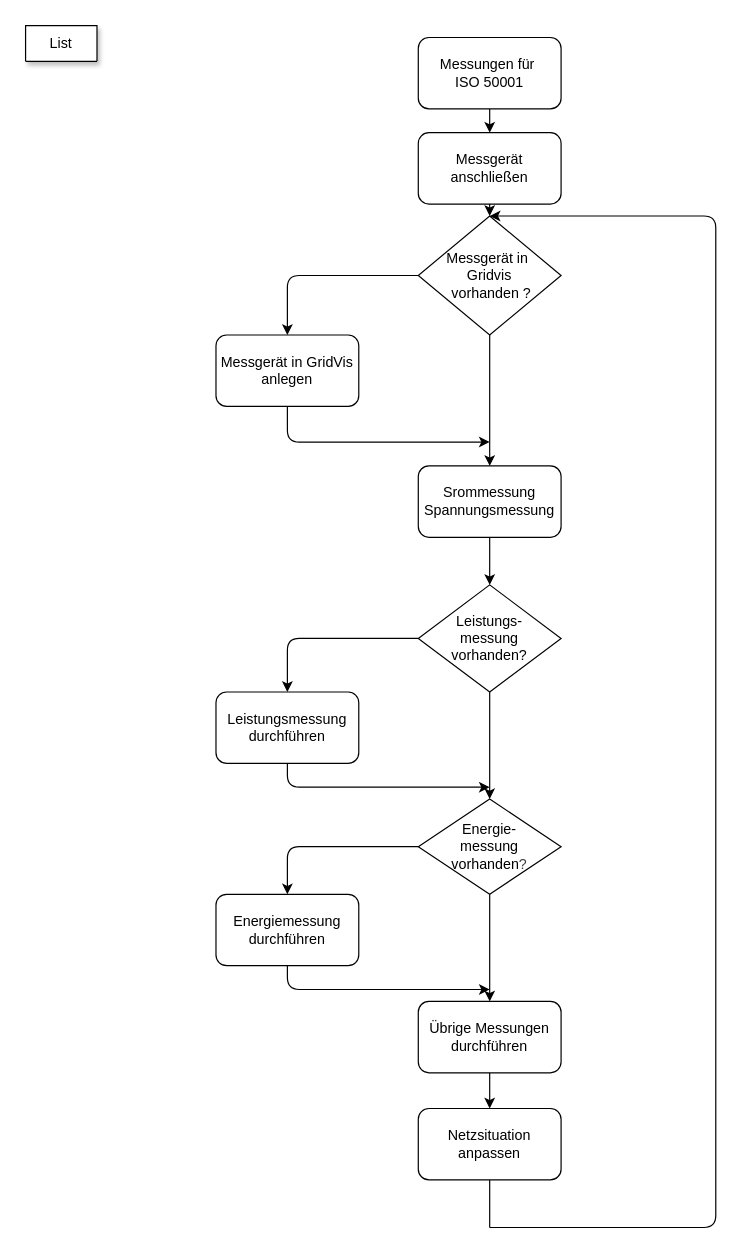
This is visuals/Messungen.drawio from Helge-Steinhorst/ISO50001WebBrowser, a draw.io file, before an edit. Source tidied: cells renumbered, new cells numbered last; positions are measured from the earlier drawing's top-left corner, leaving out a move shared by most shapes. Both pictures are drawn from the tidied source at 119%, with x=0, y=0 at pixel (25, 25).
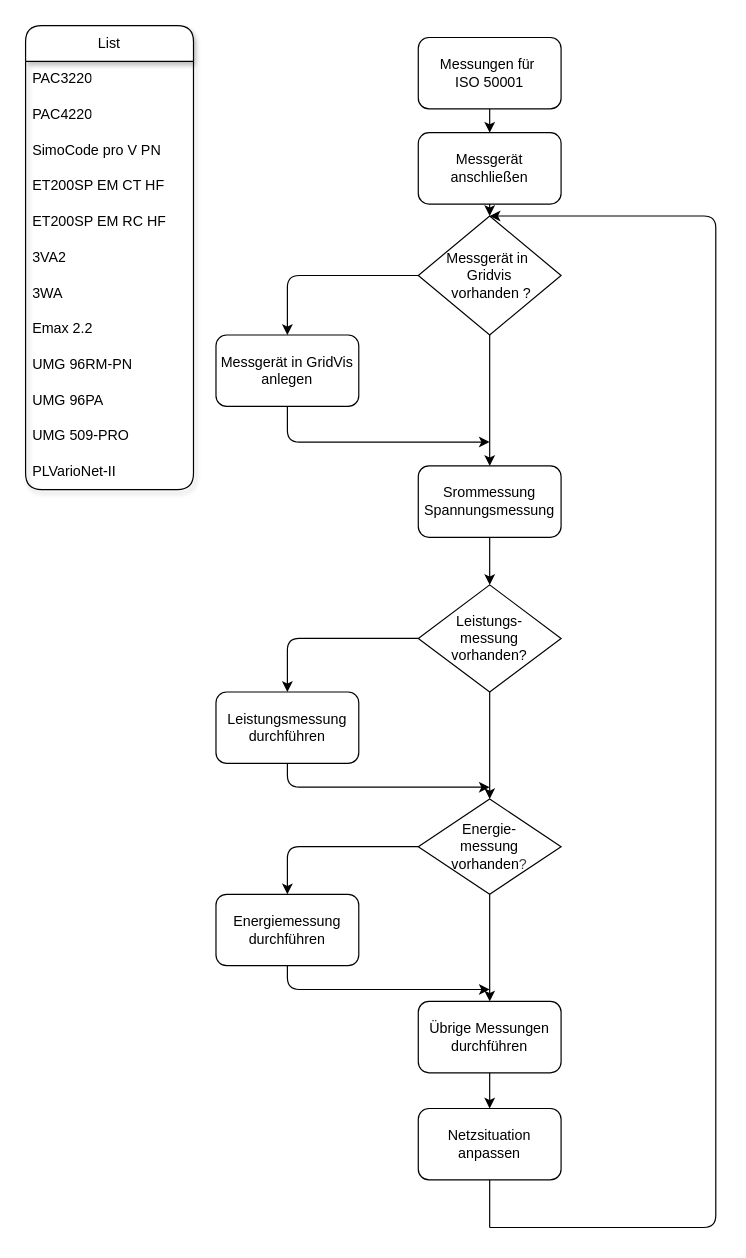
After the change.

What changed in the source:
```diff
@@
-<mxGraphModel>
+<mxGraphModel background="#ffffff">
@@
-    <mxCell id="28" value="List" style="swimlane;fontStyle=0;horizontal=1;startSize=30;whiteSpace=wrap;html=1;absoluteArcSize=0;shadow=1;rounded=1;glass=0;" parent="1" vertex="1" collapsed="1">
-      <mxGeometry width="60" height="30" as="geometry" />
+    <mxCell id="28" value="List" style="swimlane;fontStyle=0;horizontal=1;startSize=30;whiteSpace=wrap;html=1;absoluteArcSize=0;shadow=1;rounded=1;glass=0;" parent="1" vertex="1">
+      <mxGeometry width="141.1" height="390" as="geometry" />
     </mxCell>
+    <mxCell id="29" value="PAC3220" style="text;strokeColor=none;fillColor=none;align=left;verticalAlign=middle;spacingLeft=4;spacingRight=4;overflow=hidden;whiteSpace=wrap;html=1;" parent="28" vertex="1">
+      <mxGeometry y="30" width="141.1" height="30" as="geometry" />
+    </mxCell>
+    <mxCell id="30" value="PAC4220" style="text;strokeColor=none;fillColor=none;align=left;verticalAlign=middle;spacingLeft=4;spacingRight=4;overflow=hidden;whiteSpace=wrap;html=1;" parent="28" vertex="1">
+      <mxGeometry y="60" width="141.1" height="30" as="geometry" />
+    </mxCell>
+    <mxCell id="31" value="SimoCode pro V PN" style="text;strokeColor=none;fillColor=none;align=left;verticalAlign=middle;spacingLeft=4;spacingRight=4;overflow=hidden;whiteSpace=wrap;html=1;" parent="28" vertex="1">
+      <mxGeometry y="90" width="141.1" height="30" as="geometry" />
+    </mxCell>
+    <mxCell id="32" value="ET200SP EM CT HF" style="text;align=left;verticalAlign=middle;spacingLeft=4;spacingRight=4;overflow=hidden;whiteSpace=wrap;html=1;" parent="28" vertex="1">
+      <mxGeometry y="120" width="141.1" height="30" as="geometry" />
+    </mxCell>
+    <mxCell id="33" value="ET200SP EM RC HF" style="text;strokeColor=none;fillColor=none;align=left;verticalAlign=middle;spacingLeft=4;spacingRight=4;overflow=hidden;whiteSpace=wrap;html=1;" parent="28" vertex="1">
+      <mxGeometry y="150" width="141.1" height="30" as="geometry" />
+    </mxCell>
+    <mxCell id="34" value="3VA2" style="text;strokeColor=none;fillColor=none;align=left;verticalAlign=middle;spacingLeft=4;spacingRight=4;overflow=hidden;whiteSpace=wrap;html=1;" parent="28" vertex="1">
+      <mxGeometry y="180" width="141.1" height="30" as="geometry" />
+    </mxCell>
+    <mxCell id="35" value="3WA&amp;nbsp;" style="text;strokeColor=none;fillColor=none;align=left;verticalAlign=middle;spacingLeft=4;spacingRight=4;overflow=hidden;whiteSpace=wrap;html=1;" parent="28" vertex="1">
+      <mxGeometry y="210" width="141.1" height="30" as="geometry" />
+    </mxCell>
+    <mxCell id="36" value="Emax 2.2" style="text;strokeColor=none;fillColor=none;align=left;verticalAlign=middle;spacingLeft=4;spacingRight=4;overflow=hidden;whiteSpace=wrap;html=1;" parent="28" vertex="1">
+      <mxGeometry y="240" width="141.1" height="30" as="geometry" />
+    </mxCell>
+    <mxCell id="37" value="UMG 96RM-PN" style="text;strokeColor=none;fillColor=none;align=left;verticalAlign=middle;spacingLeft=4;spacingRight=4;overflow=hidden;whiteSpace=wrap;html=1;" parent="28" vertex="1">
+      <mxGeometry y="270" width="141.1" height="30" as="geometry" />
+    </mxCell>
+    <mxCell id="38" value="UMG 96PA" style="text;strokeColor=none;fillColor=none;align=left;verticalAlign=middle;spacingLeft=4;spacingRight=4;overflow=hidden;whiteSpace=wrap;html=1;" parent="28" vertex="1">
+      <mxGeometry y="300" width="141.1" height="30" as="geometry" />
+    </mxCell>
+    <mxCell id="39" value="UMG 509-PRO" style="text;strokeColor=none;fillColor=none;align=left;verticalAlign=middle;spacingLeft=4;spacingRight=4;overflow=hidden;whiteSpace=wrap;html=1;" parent="28" vertex="1">
+      <mxGeometry y="330" width="141.1" height="30" as="geometry" />
+    </mxCell>
+    <mxCell id="40" value="PLVarioNet-II" style="text;strokeColor=none;fillColor=none;align=left;verticalAlign=middle;spacingLeft=4;spacingRight=4;overflow=hidden;whiteSpace=wrap;html=1;" parent="28" vertex="1">
+      <mxGeometry y="360" width="141.1" height="30" as="geometry" />
+    </mxCell>
```
